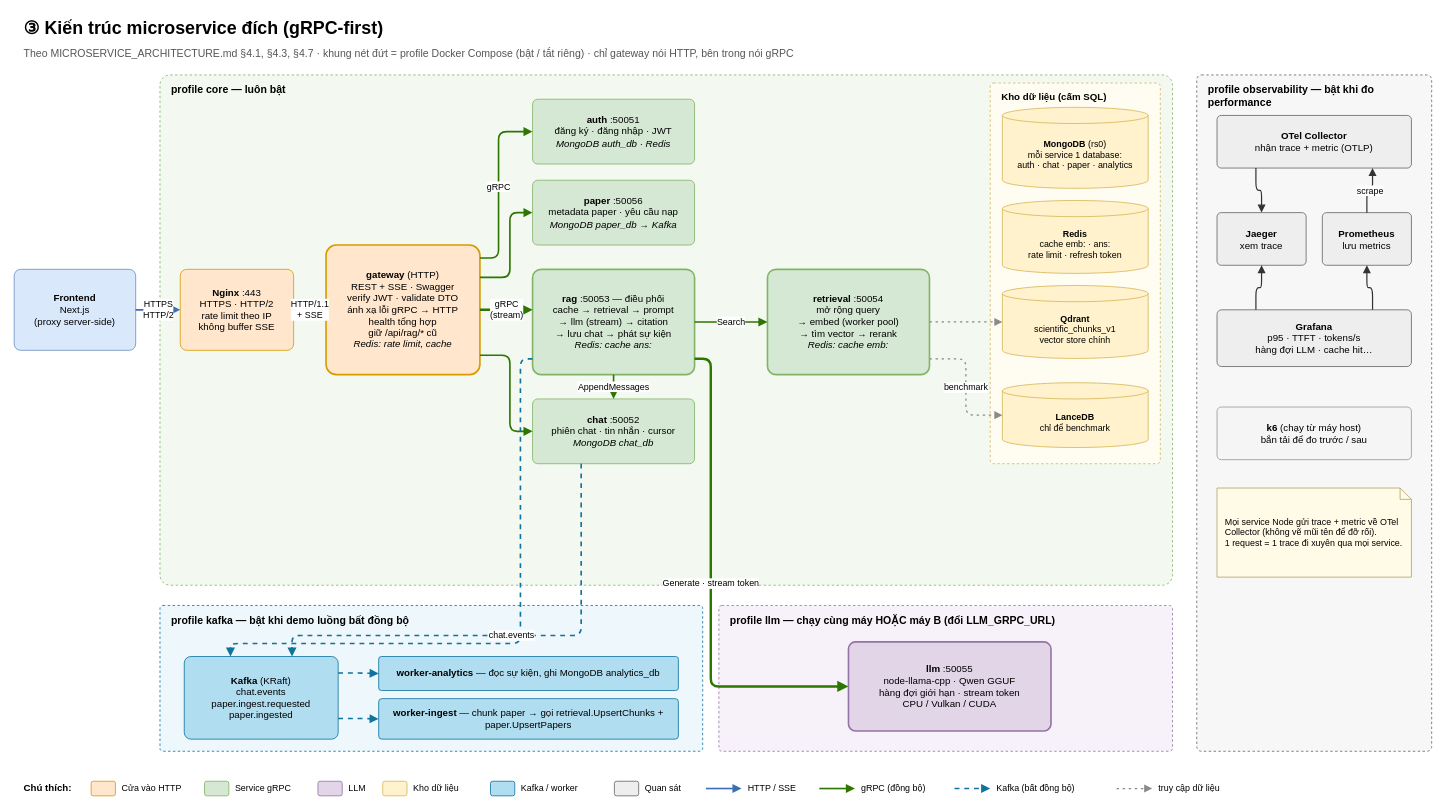
QuangManhAI/backend_rag keeps this draw.io diagram as docs/diagrams/03-kien-truc-microservice-dich.drawio. Above is the earlier version. Source tidied: cells renumbered, new cells numbered last; positions are measured from the earlier drawing's top-left corner, leaving out a move shared by most shapes. Both pictures are drawn from the tidied source at 81%, with x=0, y=0 at pixel (14, 14).
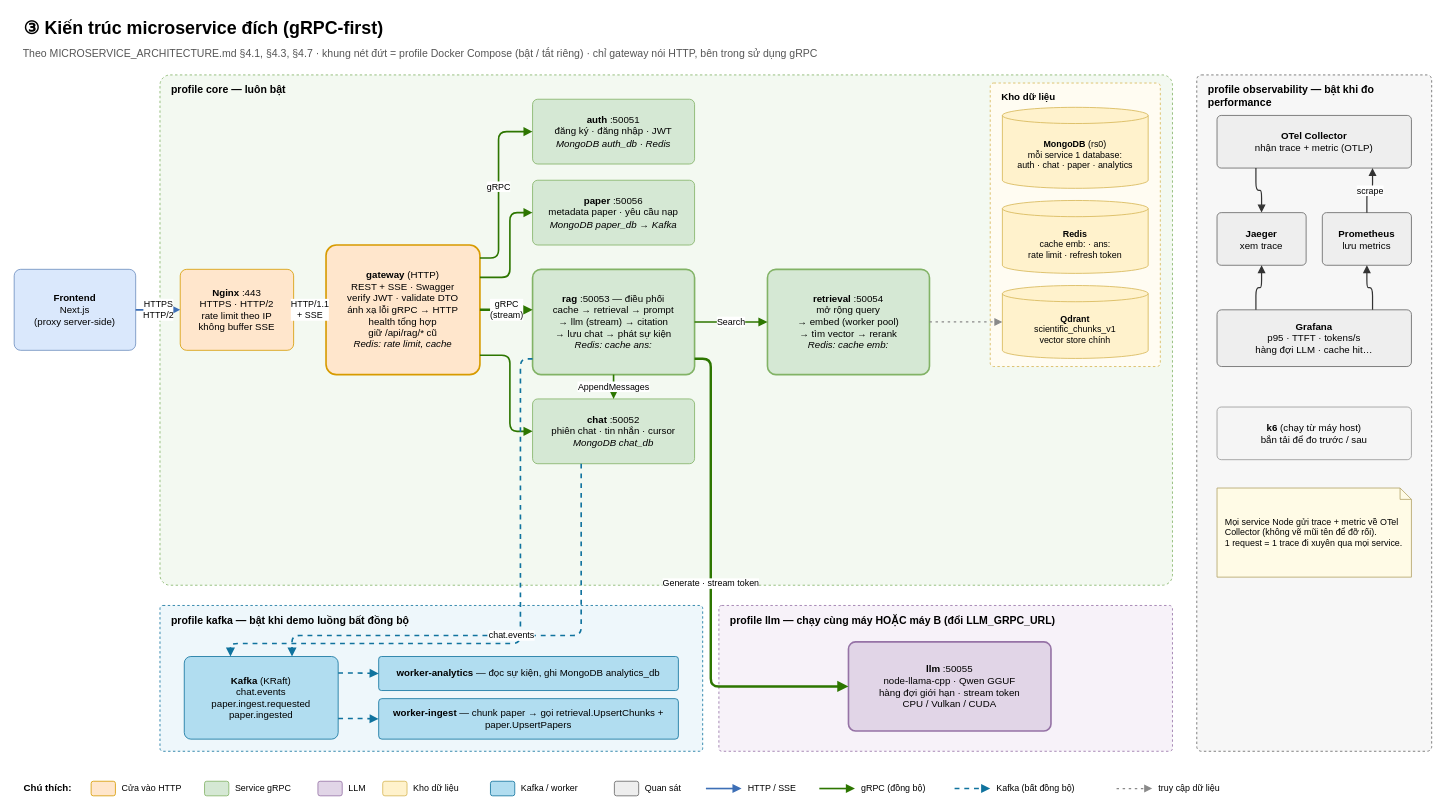
Above is the later version.

Commit message (it also covers changes not shown here):
Refactor code structure for improved readability and maintainability

The change refers to these unchanged cells:
```xml
<mxCell id="12" value="&lt;b&gt;retrieval&lt;/b&gt; :50054&lt;br&gt;mở rộng query&lt;br&gt;→ embed (worker pool)&lt;br&gt;→ tìm vector → rerank&lt;br&gt;&lt;i&gt;Redis: cache emb:&lt;/i&gt;" style="rounded=1;whiteSpace=wrap;html=1;arcSize=8;fontSize=12;fillColor=#d5e8d4;strokeColor=#82b366;strokeWidth=2;" parent="1" vertex="1">
  <mxGeometry x="930" y="315" width="200" height="130" as="geometry" />
</mxCell>
```

The edit, as a diff of the source:
```diff
@@
-    <mxCell id="3" value="Theo MICROSERVICE_ARCHITECTURE.md §4.1, §4.3, §4.7 · khung nét đứt = profile Docker Compose (bật / tắt riêng) · chỉ gateway nói HTTP, bên trong nói gRPC" style="text;html=1;whiteSpace=wrap;align=left;verticalAlign=middle;fontSize=13;fontColor=#555555;" parent="1" vertex="1">
-      <mxGeometry x="10" y="35" width="1720" height="26" as="geometry" />
+    <mxCell id="3" value="Theo MICROSERVICE_ARCHITECTURE.md §4.1, §4.3, §4.7 · khung nét đứt = profile Docker Compose (bật / tắt riêng) · chỉ gateway nói HTTP, bên trong sử dụng gRPC" style="text;html=1;whiteSpace=wrap;align=left;verticalAlign=middle;fontSize=13;fontColor=#555555;" parent="1" vertex="1">
+      <mxGeometry x="9" y="35" width="1720" height="26" as="geometry" />
     </mxCell>
@@
-    <mxCell id="13" value="Kho dữ liệu (cấm SQL)" style="rounded=1;whiteSpace=wrap;html=1;arcSize=2;verticalAlign=top;align=left;spacingLeft=12;spacingTop=4;fontStyle=1;fontSize=13;dashed=1;fillColor=#fffcf2;strokeColor=#d6b656;fontSize=12;" parent="1" vertex="1">
-      <mxGeometry x="1205" y="85" width="210" height="470" as="geometry" />
+    <mxCell id="13" value="Kho dữ liệu&amp;nbsp;" style="rounded=1;whiteSpace=wrap;html=1;arcSize=2;verticalAlign=top;align=left;spacingLeft=12;spacingTop=4;fontStyle=1;fontSize=13;dashed=1;fillColor=#fffcf2;strokeColor=#d6b656;fontSize=12;" parent="1" vertex="1">
+      <mxGeometry x="1205" y="85" width="210" height="350" as="geometry" />
     </mxCell>
@@
-    <mxCell id="17" value="&lt;b&gt;LanceDB&lt;/b&gt;&lt;br&gt;chỉ để benchmark" style="shape=cylinder3;whiteSpace=wrap;html=1;boundedLbl=1;backgroundOutline=1;size=10;fontSize=11;fillColor=#fff2cc;strokeColor=#d6b656;" parent="1" vertex="1">
-      <mxGeometry x="1220" y="455" width="180" height="80" as="geometry" />
-    </mxCell>
@@
-    <mxCell id="45" value="benchmark" style="edgeStyle=orthogonalEdgeStyle;rounded=1;html=1;endArrow=block;endFill=1;fontSize=11;labelBackgroundColor=#ffffff;strokeColor=#8a8a8a;strokeWidth=1.5;dashed=1;dashPattern=2 3;exitX=1;exitY=0.85;exitDx=0;exitDy=0;entryX=0;entryY=0.5;entryDx=0;entryDy=0;" parent="1" edge="1" source="12" target="17">
-      <mxGeometry relative="1" as="geometry" />
-    </mxCell>
```
